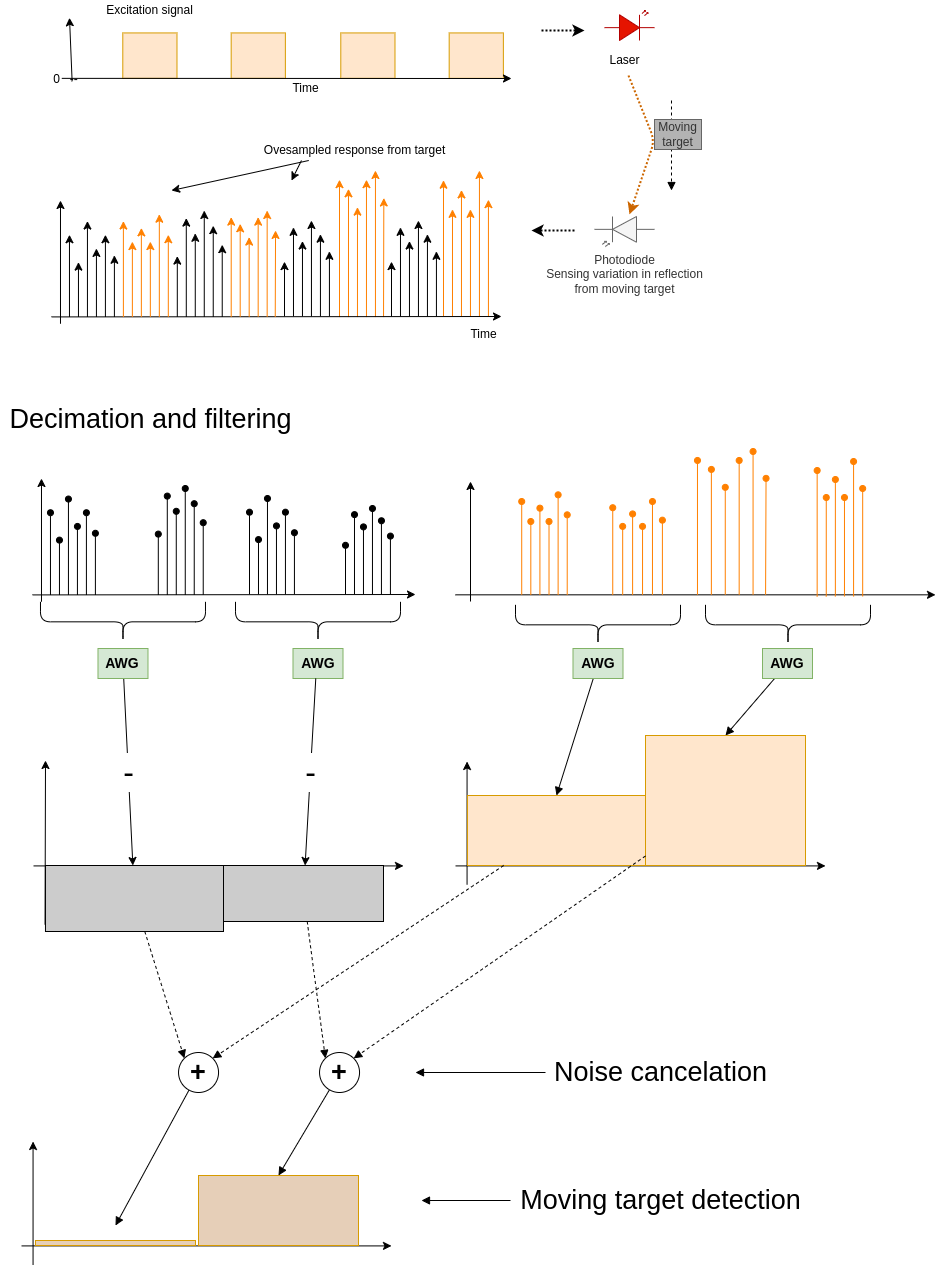
Rune75/Arduino_Synchronous_Detector keeps this draw.io diagram as specs/lockin_detector-Signals_alt.drawio.png. Above is the earlier version. Source tidied: cells renumbered, new cells last; positions are measured from the earlier drawing's top-left corner, leaving out a move shared by most shapes.
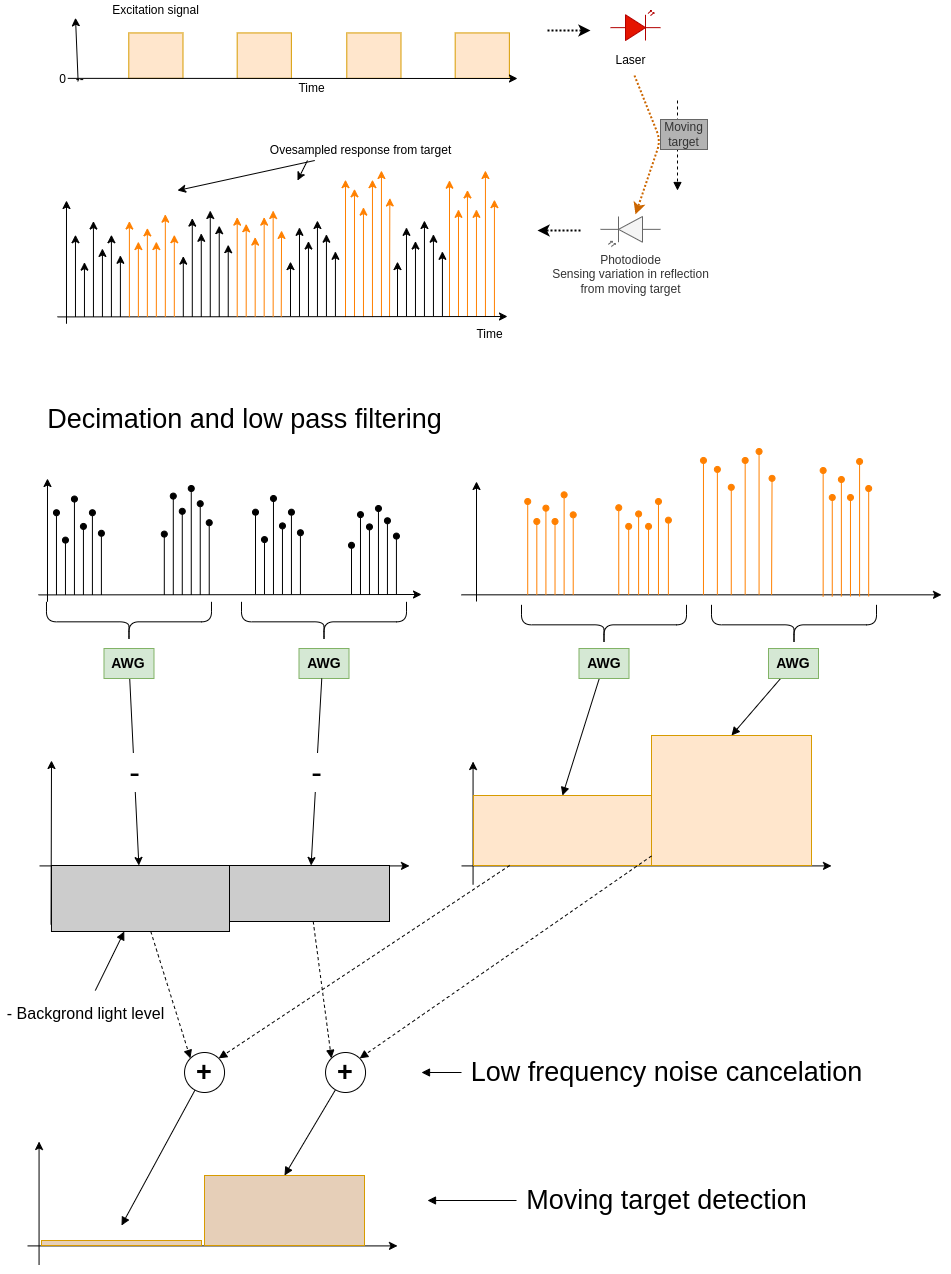
Above is the later version.

The edit, as a diff of the source:
```diff
@@ -903,8 +903,8 @@
     <mxCell id="169" style="rounded=0;whiteSpace=wrap;html=1;strokeWidth=1;fillColor=#E6CFB8;strokeColor=#d79b00;" parent="165" vertex="1">
       <mxGeometry x="177" y="60" width="160" height="70" as="geometry" />
     </mxCell>
-    <mxCell id="170" value="&lt;font style=&quot;font-size: 27px&quot;&gt;Decimation and filtering&lt;/font&gt;" style="text;html=1;align=center;verticalAlign=middle;strokeColor=none;fillColor=none;" parent="1" vertex="1">
-      <mxGeometry y="409" width="300" height="20" as="geometry" />
+    <mxCell id="170" value="&lt;font style=&quot;font-size: 27px&quot;&gt;Decimation and low pass filtering&lt;/font&gt;" style="text;html=1;align=center;verticalAlign=middle;strokeColor=none;fillColor=none;" parent="1" vertex="1">
+      <mxGeometry x="33" y="409" width="410" height="20" as="geometry" />
     </mxCell>
     <mxCell id="171" style="edgeStyle=none;rounded=0;jettySize=auto;html=1;fontSize=27;endArrow=block;endFill=1;strokeColor=#000000;strokeWidth=1;" parent="1" edge="1" source="172">
       <mxGeometry relative="1" as="geometry">
@@ -937,8 +937,8 @@
         <mxPoint x="415" y="1072" as="targetPoint" />
       </mxGeometry>
     </mxCell>
-    <mxCell id="180" value="Noise cancelation" style="text;html=1;align=center;verticalAlign=middle;points=[];strokeColor=none;fillColor=none;fontSize=27;" parent="1" vertex="1">
-      <mxGeometry x="545" y="1052" width="230" height="40" as="geometry" />
+    <mxCell id="180" value="Low frequency noise cancelation" style="text;html=1;align=center;verticalAlign=middle;points=[];strokeColor=none;fillColor=none;fontSize=27;" parent="1" vertex="1">
+      <mxGeometry x="455" y="1052" width="410" height="40" as="geometry" />
     </mxCell>
     <mxCell id="181" style="rounded=0;whiteSpace=wrap;html=1;strokeWidth=1;fillColor=#E6CFB8;strokeColor=#d79b00;" parent="1" vertex="1">
       <mxGeometry x="35" y="1240" width="160" height="5" as="geometry" />
@@ -951,5 +951,11 @@
     <mxCell id="183" value="Moving target detection" style="text;html=1;align=center;verticalAlign=middle;points=[];strokeColor=none;fillColor=none;fontSize=27;" parent="1" vertex="1">
       <mxGeometry x="510" y="1180" width="300" height="40" as="geometry" />
     </mxCell>
+    <mxCell id="184" style="edgeStyle=none;rounded=0;jettySize=auto;html=1;fontSize=16;endArrow=block;endFill=1;strokeColor=#000000;strokeWidth=1;" parent="1" edge="1" source="185" target="150">
+      <mxGeometry relative="1" as="geometry" />
+    </mxCell>
+    <mxCell id="185" value="&lt;font style=&quot;font-size: 16px&quot;&gt;- Backgrond light level&lt;/font&gt;" style="text;html=1;align=center;verticalAlign=middle;points=[];strokeColor=none;fillColor=none;fontSize=27;" parent="1" vertex="1">
+      <mxGeometry x="-6" y="990" width="170" height="40" as="geometry" />
+    </mxCell>
   </root>
 </mxGraphModel>
```
